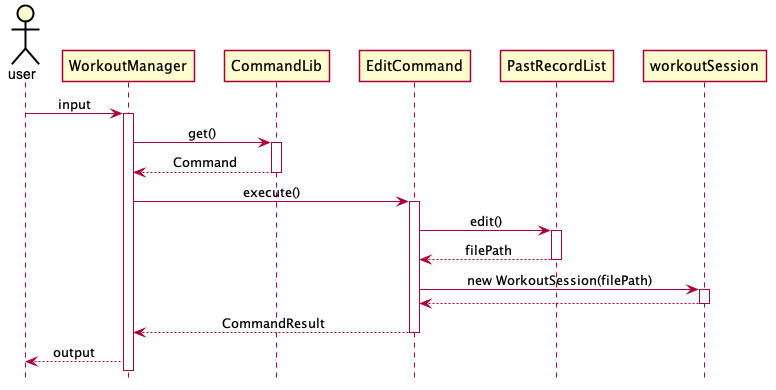
The PlantUML diagram docs/pictures/zesong/EditWS.png in zsk612/tp, before a commit.
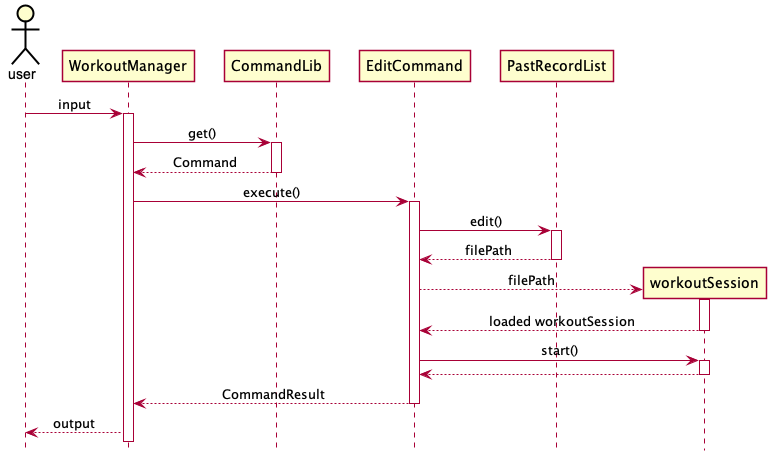
The same file after the commit.

Diff of the diagram source:
```diff
@@ -57,11 +57,16 @@
 PastRecordList --> EditCommand : filePath
 deactivate PastRecordList
 
-EditCommand -> workoutSession : new WorkoutSession(filePath)
+EditCommand --> workoutSession ** : filePath
 activate workoutSession
+workoutSession --> EditCommand: loaded workoutSession
+deactivate workoutSession
 
+EditCommand -> workoutSession : start()
+activate workoutSession
 workoutSession --> EditCommand
 deactivate workoutSession
+
 
 EditCommand --> WorkoutManager : CommandResult
 deactivate EditCommand
```
